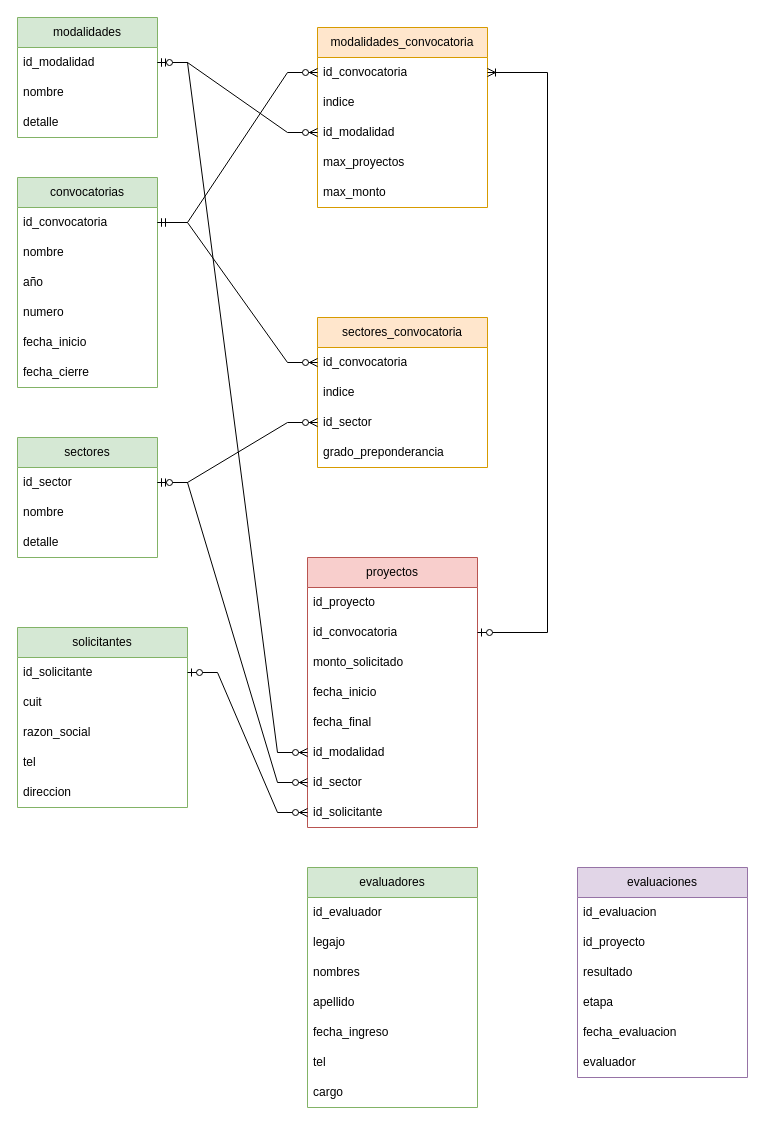
Above: Untitled Diagram.drawio in chimichuflis/fake-rest-api (draw.io), before the change. Source tidied: cells renumbered, new cells numbered last; positions are measured from the earlier drawing's top-left corner, leaving out a move shared by most shapes. Both pictures are drawn from the tidied source at 100%, with x=0, y=0 at pixel (17, 17).
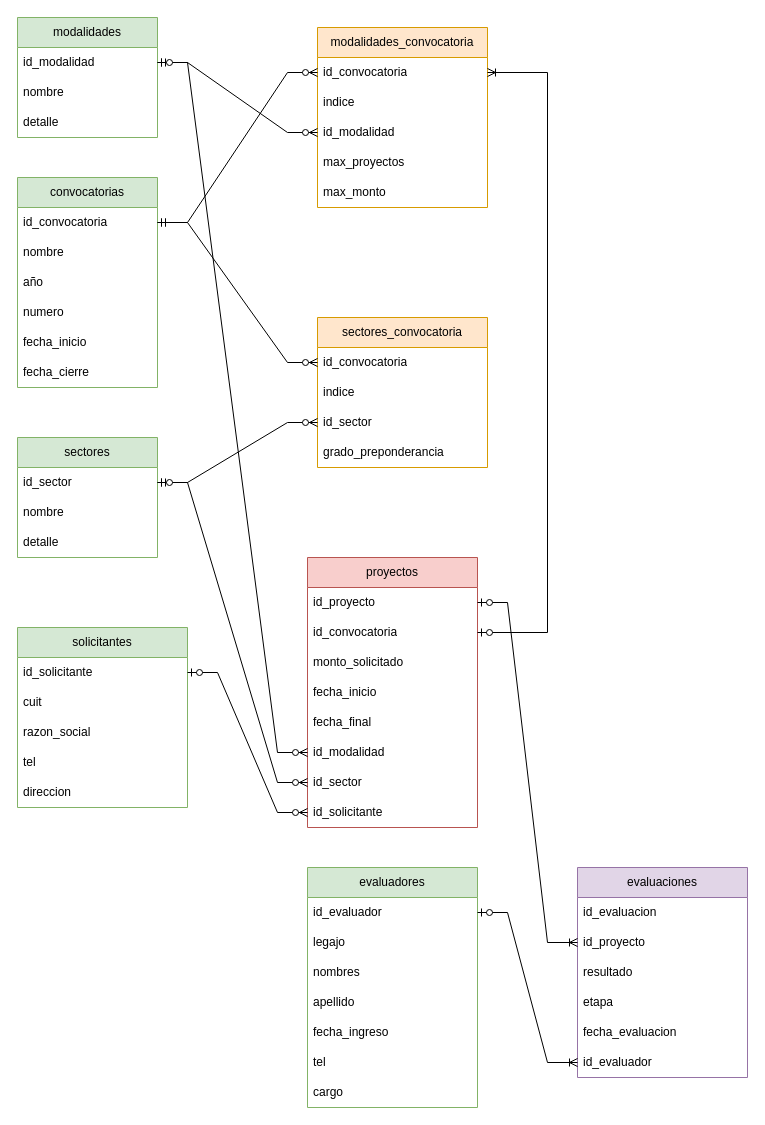
The same page after the edit.

The change refers to these unchanged cells:
```xml
<mxCell id="33" value="id_proyecto" style="text;strokeColor=none;fillColor=none;align=left;verticalAlign=middle;spacingLeft=4;spacingRight=4;overflow=hidden;points=[[0,0.5],[1,0.5]];portConstraint=eastwest;whiteSpace=wrap;html=1;" parent="32" vertex="1">
  <mxGeometry y="30" width="170" height="30" as="geometry" />
</mxCell>
<mxCell id="52" value="id_evaluador" style="text;strokeColor=none;fillColor=none;align=left;verticalAlign=middle;spacingLeft=4;spacingRight=4;overflow=hidden;points=[[0,0.5],[1,0.5]];portConstraint=eastwest;whiteSpace=wrap;html=1;" parent="51" vertex="1">
  <mxGeometry y="30" width="170" height="30" as="geometry" />
</mxCell>
<mxCell id="59" value="evaluaciones" style="swimlane;fontStyle=0;horizontal=1;startSize=30;whiteSpace=wrap;html=1;fillColor=#e1d5e7;strokeColor=#9673a6;" parent="1" vertex="1">
  <mxGeometry x="560" y="850" width="170" height="210" as="geometry" />
</mxCell>
<mxCell id="61" value="id_proyecto" style="text;strokeColor=none;fillColor=none;align=left;verticalAlign=middle;spacingLeft=4;spacingRight=4;overflow=hidden;points=[[0,0.5],[1,0.5]];portConstraint=eastwest;whiteSpace=wrap;html=1;" parent="59" vertex="1">
  <mxGeometry y="60" width="170" height="30" as="geometry" />
</mxCell>
```

What changed in the source:
```diff
@@
-    <mxCell id="65" value="evaluador" style="text;strokeColor=none;fillColor=none;align=left;verticalAlign=middle;spacingLeft=4;spacingRight=4;overflow=hidden;points=[[0,0.5],[1,0.5]];portConstraint=eastwest;whiteSpace=wrap;html=1;" parent="59" vertex="1">
+    <mxCell id="65" value="id_evaluador" style="text;strokeColor=none;fillColor=none;align=left;verticalAlign=middle;spacingLeft=4;spacingRight=4;overflow=hidden;points=[[0,0.5],[1,0.5]];portConstraint=eastwest;whiteSpace=wrap;html=1;" parent="59" vertex="1">
       <mxGeometry y="180" width="170" height="30" as="geometry" />
     </mxCell>
+    <mxCell id="66" style="edgeStyle=entityRelationEdgeStyle;fontSize=12;html=1;endArrow=ERoneToMany;startArrow=ERzeroToOne;rounded=0;exitX=1;exitY=0.5;exitDx=0;exitDy=0;entryX=0;entryY=0.5;entryDx=0;entryDy=0;" parent="1" edge="1" source="52" target="65">
+      <mxGeometry relative="1" as="geometry" />
+    </mxCell>
+    <mxCell id="67" style="edgeStyle=entityRelationEdgeStyle;fontSize=12;html=1;endArrow=ERoneToMany;startArrow=ERzeroToOne;rounded=0;exitX=1;exitY=0.5;exitDx=0;exitDy=0;entryX=0;entryY=0.5;entryDx=0;entryDy=0;" parent="1" edge="1" source="33" target="61">
+      <mxGeometry relative="1" as="geometry" />
+    </mxCell>
```
